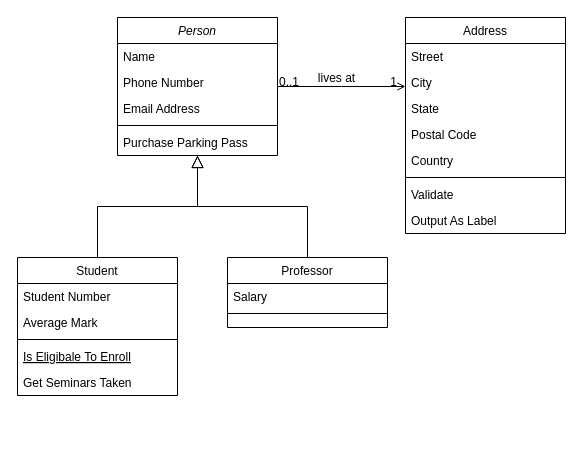
The draw.io diagram Class Diagram1.drawio in kerLei/Financial-cw1, before the edit. Source tidied: cells renumbered, new cells numbered last; positions are measured from the earlier drawing's top-left corner, leaving out a move shared by most shapes. Both pictures are drawn from the tidied source at 100%, with x=0, y=0 at pixel (17, 17).
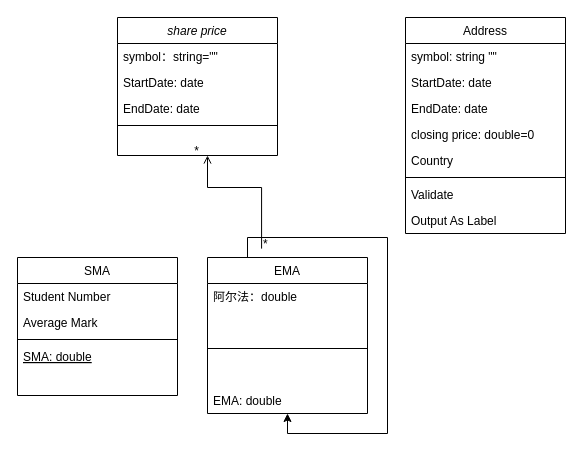
The same page after the edit.

The change refers to these unchanged cells:
```xml
<mxCell id="19" value="Address" style="swimlane;fontStyle=0;align=center;verticalAlign=top;horizontal=1;startSize=26;rounded=0;shadow=0;strokeWidth=1;" parent="1" vertex="1">
  <mxGeometry x="388" width="160" height="216" as="geometry" />
</mxCell>
```

The edit, as a diff of the source:
```diff
@@
-    <mxCell id="2" value="Person" style="swimlane;fontStyle=2;align=center;verticalAlign=top;horizontal=1;startSize=26;rounded=0;shadow=0;strokeWidth=1;" parent="1" vertex="1">
+    <mxCell id="2" value="share price" style="swimlane;fontStyle=2;align=center;verticalAlign=top;horizontal=1;startSize=26;rounded=0;shadow=0;strokeWidth=1;" parent="1" vertex="1">
       <mxGeometry x="100" width="160" height="138" as="geometry" />
     </mxCell>
-    <mxCell id="3" value="Name" style="text;align=left;verticalAlign=top;spacingLeft=4;spacingRight=4;overflow=hidden;" parent="2" vertex="1">
+    <mxCell id="3" value="symbol：string=&quot;&quot;" style="text;align=left;verticalAlign=top;spacingLeft=4;spacingRight=4;overflow=hidden;" parent="2" vertex="1">
       <mxGeometry y="26" width="160" height="26" as="geometry" />
     </mxCell>
-    <mxCell id="4" value="Phone Number" style="text;align=left;verticalAlign=top;spacingLeft=4;spacingRight=4;overflow=hidden;rounded=0;shadow=0;html=0;" parent="2" vertex="1">
+    <mxCell id="4" value="StartDate: date" style="text;align=left;verticalAlign=top;spacingLeft=4;spacingRight=4;overflow=hidden;rounded=0;shadow=0;html=0;" parent="2" vertex="1">
       <mxGeometry y="52" width="160" height="26" as="geometry" />
     </mxCell>
-    <mxCell id="5" value="Email Address" style="text;align=left;verticalAlign=top;spacingLeft=4;spacingRight=4;overflow=hidden;rounded=0;shadow=0;html=0;" parent="2" vertex="1">
+    <mxCell id="5" value="EndDate: date" style="text;align=left;verticalAlign=top;spacingLeft=4;spacingRight=4;overflow=hidden;rounded=0;shadow=0;html=0;" parent="2" vertex="1">
       <mxGeometry y="78" width="160" height="26" as="geometry" />
     </mxCell>
@@
-    <mxCell id="7" value="Purchase Parking Pass" style="text;align=left;verticalAlign=top;spacingLeft=4;spacingRight=4;overflow=hidden;" parent="2" vertex="1">
-      <mxGeometry y="112" width="160" height="26" as="geometry" />
-    </mxCell>
-    <mxCell id="8" value="Student" style="swimlane;fontStyle=0;align=center;verticalAlign=top;horizontal=1;startSize=26;rounded=0;shadow=0;strokeWidth=1;" parent="1" vertex="1">
+    <mxCell id="8" value="SMA" style="swimlane;fontStyle=0;align=center;verticalAlign=top;horizontal=1;startSize=26;rounded=0;shadow=0;strokeWidth=1;" parent="1" vertex="1">
       <mxGeometry y="240" width="160" height="138" as="geometry" />
     </mxCell>
@@
-    <mxCell id="12" value="Is Eligibale To Enroll" style="text;align=left;verticalAlign=top;spacingLeft=4;spacingRight=4;overflow=hidden;fontStyle=4;" parent="8" vertex="1">
+    <mxCell id="12" value="SMA: double" style="text;align=left;verticalAlign=top;spacingLeft=4;spacingRight=4;overflow=hidden;fontStyle=4;" parent="8" vertex="1">
       <mxGeometry y="86" width="160" height="26" as="geometry" />
     </mxCell>
-    <mxCell id="13" value="Get Seminars Taken" style="text;align=left;verticalAlign=top;spacingLeft=4;spacingRight=4;overflow=hidden;" parent="8" vertex="1">
-      <mxGeometry y="112" width="160" height="26" as="geometry" />
-    </mxCell>
-    <mxCell id="14" style="endArrow=block;endSize=10;endFill=0;shadow=0;strokeWidth=1;rounded=0;edgeStyle=elbowEdgeStyle;elbow=vertical;" parent="1" edge="1" source="8" target="2">
-      <mxGeometry relative="1" as="geometry" />
-    </mxCell>
-    <mxCell id="15" value="Professor" style="swimlane;fontStyle=0;align=center;verticalAlign=top;horizontal=1;startSize=26;rounded=0;shadow=0;strokeWidth=1;" parent="1" vertex="1">
-      <mxGeometry x="210" y="240" width="160" height="70" as="geometry" />
+    <mxCell id="15" value="EMA" style="swimlane;fontStyle=0;align=center;verticalAlign=top;horizontal=1;startSize=26;rounded=0;shadow=0;strokeWidth=1;" parent="1" vertex="1">
+      <mxGeometry x="190" y="240" width="160" height="156" as="geometry" />
     </mxCell>
-    <mxCell id="16" value="Salary" style="text;align=left;verticalAlign=top;spacingLeft=4;spacingRight=4;overflow=hidden;" parent="15" vertex="1">
+    <mxCell id="16" value="阿尔法：double" style="text;align=left;verticalAlign=top;spacingLeft=4;spacingRight=4;overflow=hidden;" parent="15" vertex="1">
       <mxGeometry y="26" width="160" height="26" as="geometry" />
     </mxCell>
     <mxCell id="17" style="line;html=1;strokeWidth=1;align=left;verticalAlign=middle;spacingTop=-1;spacingLeft=3;spacingRight=3;labelPosition=right;" parent="15" vertex="1">
-      <mxGeometry y="52" width="160" height="8" as="geometry" />
+      <mxGeometry y="52" width="160" height="78" as="geometry" />
     </mxCell>
-    <mxCell id="18" style="endArrow=block;endSize=10;endFill=0;shadow=0;strokeWidth=1;rounded=0;edgeStyle=elbowEdgeStyle;elbow=vertical;" parent="1" edge="1" source="15" target="2">
-      <mxGeometry relative="1" as="geometry" />
-    </mxCell>
+    <mxCell id="32" value="EMA: double" style="text;align=left;verticalAlign=top;spacingLeft=4;spacingRight=4;overflow=hidden;" parent="15" vertex="1">
+      <mxGeometry y="130" width="160" height="26" as="geometry" />
+    </mxCell>
@@
-    <mxCell id="20" value="Street" style="text;align=left;verticalAlign=top;spacingLeft=4;spacingRight=4;overflow=hidden;" parent="19" vertex="1">
+    <mxCell id="20" value="symbol: string &quot;&quot;" style="text;align=left;verticalAlign=top;spacingLeft=4;spacingRight=4;overflow=hidden;" parent="19" vertex="1">
       <mxGeometry y="26" width="160" height="26" as="geometry" />
     </mxCell>
-    <mxCell id="21" value="City" style="text;align=left;verticalAlign=top;spacingLeft=4;spacingRight=4;overflow=hidden;rounded=0;shadow=0;html=0;" parent="19" vertex="1">
+    <mxCell id="21" value="StartDate: date" style="text;align=left;verticalAlign=top;spacingLeft=4;spacingRight=4;overflow=hidden;rounded=0;shadow=0;html=0;" parent="19" vertex="1">
       <mxGeometry y="52" width="160" height="26" as="geometry" />
     </mxCell>
-    <mxCell id="22" value="State" style="text;align=left;verticalAlign=top;spacingLeft=4;spacingRight=4;overflow=hidden;rounded=0;shadow=0;html=0;" parent="19" vertex="1">
+    <mxCell id="22" value="EndDate: date" style="text;align=left;verticalAlign=top;spacingLeft=4;spacingRight=4;overflow=hidden;rounded=0;shadow=0;html=0;" parent="19" vertex="1">
       <mxGeometry y="78" width="160" height="26" as="geometry" />
     </mxCell>
-    <mxCell id="23" value="Postal Code" style="text;align=left;verticalAlign=top;spacingLeft=4;spacingRight=4;overflow=hidden;rounded=0;shadow=0;html=0;" parent="19" vertex="1">
+    <mxCell id="23" value="closing price: double=0" style="text;align=left;verticalAlign=top;spacingLeft=4;spacingRight=4;overflow=hidden;rounded=0;shadow=0;html=0;" parent="19" vertex="1">
       <mxGeometry y="104" width="160" height="26" as="geometry" />
     </mxCell>
@@
-    <mxCell id="28" style="endArrow=open;shadow=0;strokeWidth=1;rounded=0;endFill=1;edgeStyle=elbowEdgeStyle;elbow=vertical;" parent="1" edge="1" source="2" target="19">
+    <mxCell id="28" style="endArrow=open;shadow=0;strokeWidth=1;rounded=0;endFill=1;edgeStyle=elbowEdgeStyle;elbow=vertical;exitX=0.338;exitY=-0.057;exitDx=0;exitDy=0;exitPerimeter=0;" parent="1" edge="1" source="15">
       <mxGeometry x="0.5" y="41" relative="1" as="geometry">
+        <mxPoint x="190" y="138" as="targetPoint" />
+        <Array as="points">
+          <mxPoint x="220" y="170" />
+          <mxPoint x="220" y="170" />
+          <mxPoint x="190" y="200" />
+          <mxPoint x="190" y="180" />
+        </Array>
         <mxPoint x="-40" y="32" as="offset" />
       </mxGeometry>
     </mxCell>
-    <mxCell id="29" value="0..1" style="align=left;verticalAlign=bottom;labelBackgroundColor=none;fontSize=12;" parent="28" vertex="1">
+    <mxCell id="29" value="*" style="align=left;verticalAlign=bottom;labelBackgroundColor=none;fontSize=12;" parent="28" vertex="1">
       <mxGeometry x="-1" relative="1" as="geometry">
         <mxPoint y="4" as="offset" />
       </mxGeometry>
     </mxCell>
-    <mxCell id="30" value="1" style="align=right;verticalAlign=bottom;labelBackgroundColor=none;fontSize=12;" parent="28" vertex="1">
+    <mxCell id="30" value="*" style="align=right;verticalAlign=bottom;labelBackgroundColor=none;fontSize=12;" parent="28" vertex="1">
       <mxGeometry x="1" relative="1" as="geometry">
         <mxPoint x="-7" y="4" as="offset" />
       </mxGeometry>
     </mxCell>
-    <mxCell id="31" value="lives at" style="text;html=1;align=center;verticalAlign=middle;labelBackgroundColor=none;rounded=0;shadow=0;strokeWidth=1;fontSize=12;" parent="28" vertex="1">
-      <mxGeometry x="0.5" y="49" relative="1" as="geometry">
-        <mxPoint x="-38" y="40" as="offset" />
-      </mxGeometry>
-    </mxCell>
+    <mxCell id="33" style="edgeStyle=orthogonalEdgeStyle;rounded=0;orthogonalLoop=1;jettySize=auto;html=1;exitX=0.25;exitY=0;exitDx=0;exitDy=0;" parent="1" edge="1" source="15" target="15">
+      <mxGeometry relative="1" as="geometry" />
+    </mxCell>
```
